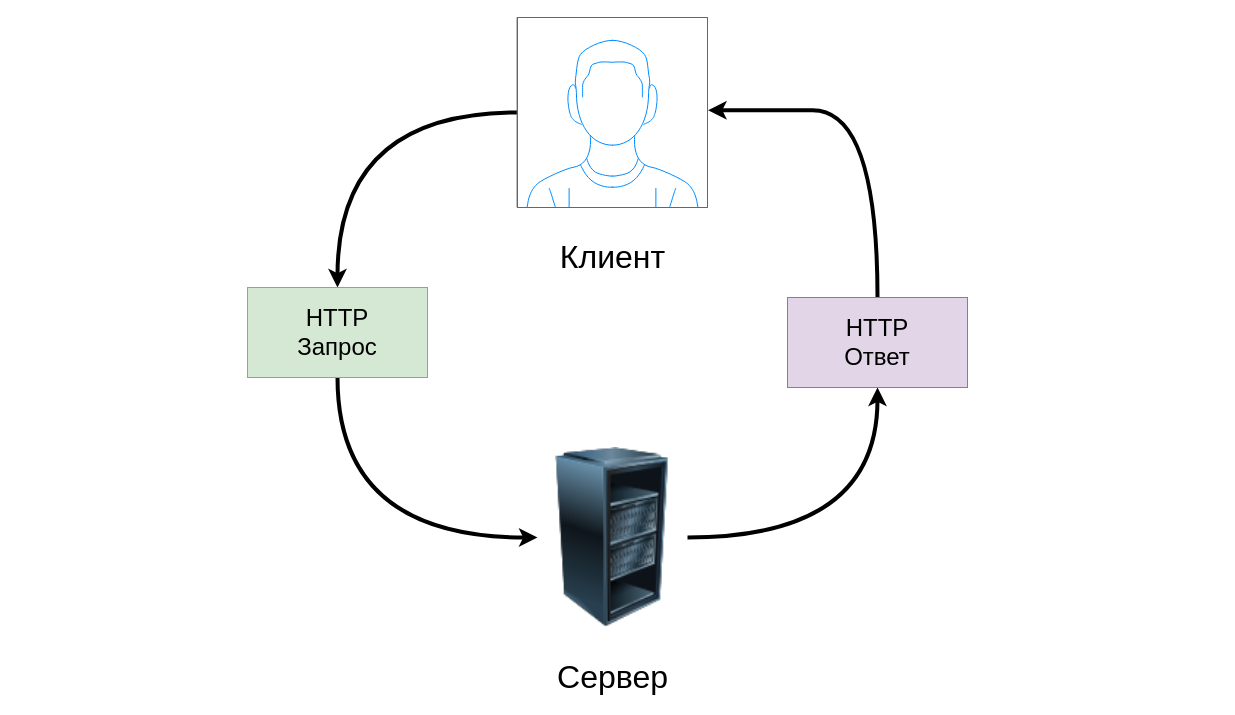
The draw.io diagram page "RESTAPI" (20 of 27) of Диаграмки.drawio in Infoboros/bachelors-degree, before the edit. Source tidied: cells renumbered, new cells numbered last; positions are measured from the earlier drawing's top-left corner, leaving out a move shared by most shapes. Both pictures are drawn from the tidied source at 100%, with x=0, y=0 at pixel (247, 17).
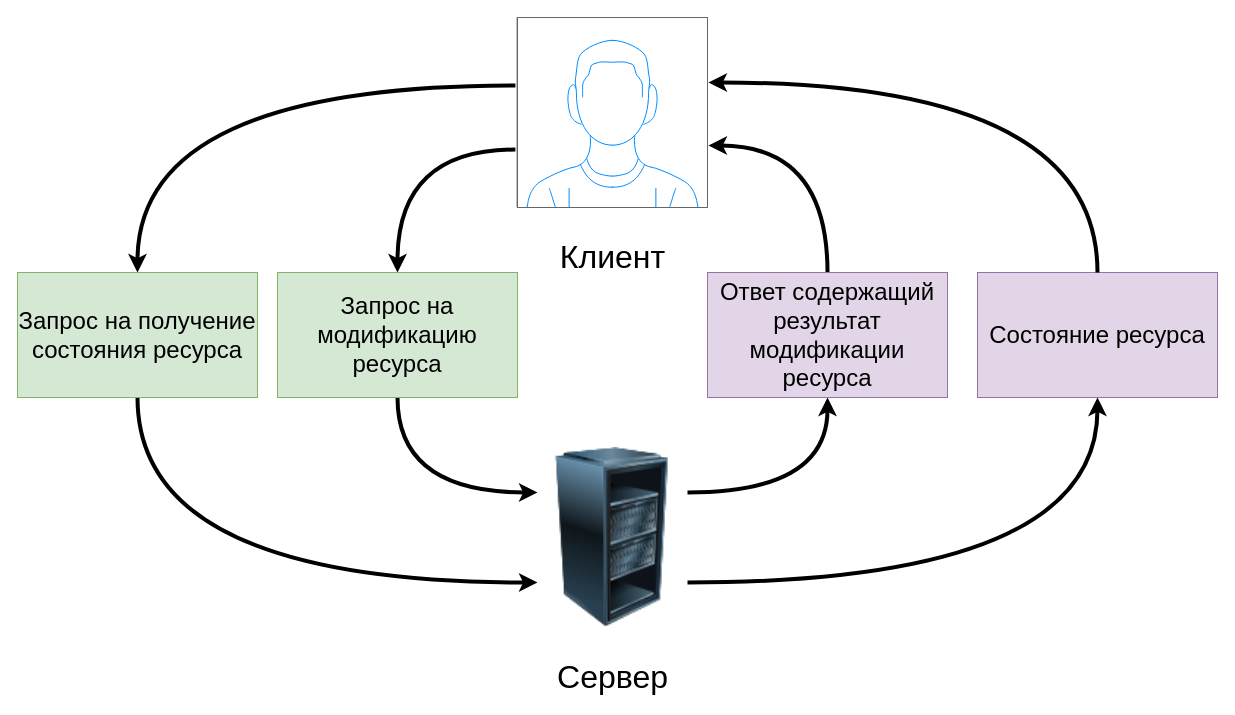
The same diagram, later.

Change to the diagram source:
```diff
@@
 <mxGraphModel>
   <root>
     <mxCell id="0" />
     <mxCell id="1" parent="0" />
-    <mxCell id="2" style="edgeStyle=orthogonalEdgeStyle;rounded=0;jettySize=auto;html=1;exitX=1;exitY=0.5;exitDx=0;exitDy=0;entryX=0.5;entryY=1;entryDx=0;entryDy=0;fontSize=24;strokeWidth=4;elbow=vertical;curved=1;" parent="1" edge="1" source="3" target="10">
+    <mxCell id="2" style="edgeStyle=orthogonalEdgeStyle;rounded=0;jettySize=auto;html=1;exitX=1;exitY=0.25;exitDx=0;exitDy=0;entryX=0.5;entryY=1;entryDx=0;entryDy=0;fontSize=24;strokeWidth=4;elbow=vertical;curved=1;" parent="1" edge="1" source="3" target="10">
       <mxGeometry relative="1" as="geometry" />
     </mxCell>
     <mxCell id="3" style="image;html=1;image=img/lib/clip_art/computers/Server_Rack_Partial_128x128.png;" parent="1" vertex="1">
       <mxGeometry x="290" y="430" width="150" height="180" as="geometry" />
     </mxCell>
-    <mxCell id="4" style="edgeStyle=orthogonalEdgeStyle;rounded=0;jettySize=auto;html=1;entryX=0.5;entryY=0;entryDx=0;entryDy=0;fontSize=24;strokeWidth=4;elbow=vertical;curved=1;" parent="1" edge="1" source="5" target="8">
-      <mxGeometry relative="1" as="geometry" />
+    <mxCell id="4" style="edgeStyle=orthogonalEdgeStyle;rounded=0;jettySize=auto;html=1;entryX=0.5;entryY=0;entryDx=0;entryDy=0;fontSize=24;strokeWidth=4;elbow=vertical;curved=1;exitX=-0.011;exitY=0.695;exitDx=0;exitDy=0;exitPerimeter=0;" parent="1" edge="1" source="5" target="8">
+      <mxGeometry relative="1" as="geometry">
+        <Array as="points">
+          <mxPoint x="150" y="132" />
+        </Array>
+      </mxGeometry>
     </mxCell>
     <mxCell id="5" style="verticalLabelPosition=bottom;shadow=0;dashed=0;align=center;html=1;verticalAlign=top;strokeWidth=1;shape=mxgraph.mockup.containers.userMale;strokeColor=#666666;strokeColor2=#008cff;fontSize=16;" parent="1" vertex="1">
       <mxGeometry x="270" width="190" height="190" as="geometry" />
     </mxCell>
     <mxCell id="6" value="Клиент" style="text;html=1;align=center;verticalAlign=middle;strokeColor=none;fillColor=none;fontSize=32;" parent="1" vertex="1">
       <mxGeometry x="300" y="220" width="130" height="40" as="geometry" />
     </mxCell>
-    <mxCell id="7" style="edgeStyle=orthogonalEdgeStyle;rounded=0;jettySize=auto;html=1;exitX=0.5;exitY=1;exitDx=0;exitDy=0;entryX=0;entryY=0.5;entryDx=0;entryDy=0;fontSize=24;strokeWidth=4;elbow=vertical;curved=1;" parent="1" edge="1" source="8" target="3">
+    <mxCell id="7" style="edgeStyle=orthogonalEdgeStyle;rounded=0;jettySize=auto;html=1;exitX=0.5;exitY=1;exitDx=0;exitDy=0;entryX=0;entryY=0.25;entryDx=0;entryDy=0;fontSize=24;strokeWidth=4;elbow=vertical;curved=1;" parent="1" edge="1" source="8" target="3">
       <mxGeometry relative="1" as="geometry" />
     </mxCell>
-    <mxCell id="8" value="&lt;font style=&quot;font-size: 24px&quot;&gt;HTTP&lt;br&gt;Запрос&lt;/font&gt;" style="rounded=0;whiteSpace=wrap;html=1;fillColor=#d5e8d4;strokeColor=#82b366;" parent="1" vertex="1">
-      <mxGeometry y="270" width="180" height="90" as="geometry" />
+    <mxCell id="8" value="&lt;font style=&quot;font-size: 24px&quot;&gt;Запрос на модификацию ресурса&lt;/font&gt;" style="rounded=0;whiteSpace=wrap;html=1;fillColor=#d5e8d4;strokeColor=#82b366;" parent="1" vertex="1">
+      <mxGeometry x="30" y="255" width="240" height="125" as="geometry" />
     </mxCell>
-    <mxCell id="9" style="edgeStyle=orthogonalEdgeStyle;rounded=0;jettySize=auto;html=1;exitX=0.5;exitY=0;exitDx=0;exitDy=0;entryX=1.003;entryY=0.488;entryDx=0;entryDy=0;entryPerimeter=0;fontSize=24;strokeWidth=4;elbow=vertical;curved=1;" parent="1" edge="1" source="10" target="5">
+    <mxCell id="9" style="edgeStyle=orthogonalEdgeStyle;rounded=0;jettySize=auto;html=1;exitX=0.5;exitY=0;exitDx=0;exitDy=0;entryX=1.005;entryY=0.674;entryDx=0;entryDy=0;entryPerimeter=0;fontSize=24;strokeWidth=4;elbow=vertical;curved=1;" parent="1" edge="1" source="10" target="5">
       <mxGeometry relative="1" as="geometry" />
     </mxCell>
-    <mxCell id="10" value="&lt;font style=&quot;font-size: 24px&quot;&gt;HTTP&lt;br&gt;Ответ&lt;/font&gt;" style="rounded=0;whiteSpace=wrap;html=1;fillColor=#e1d5e7;strokeColor=#9673a6;" parent="1" vertex="1">
-      <mxGeometry x="540" y="280" width="180" height="90" as="geometry" />
+    <mxCell id="10" value="&lt;span style=&quot;font-size: 24px&quot;&gt;Ответ содержащий результат модификации ресурса&lt;/span&gt;" style="rounded=0;whiteSpace=wrap;html=1;fillColor=#e1d5e7;strokeColor=#9673a6;" parent="1" vertex="1">
+      <mxGeometry x="460" y="255" width="240" height="125" as="geometry" />
     </mxCell>
     <mxCell id="11" value="Сервер" style="text;html=1;align=center;verticalAlign=middle;strokeColor=none;fillColor=none;fontSize=32;" parent="1" vertex="1">
       <mxGeometry x="300" y="640" width="130" height="40" as="geometry" />
     </mxCell>
+    <mxCell id="12" style="edgeStyle=orthogonalEdgeStyle;rounded=0;jettySize=auto;html=1;entryX=0.5;entryY=0;entryDx=0;entryDy=0;fontSize=24;strokeWidth=4;elbow=vertical;curved=1;exitX=-0.011;exitY=0.358;exitDx=0;exitDy=0;exitPerimeter=0;" parent="1" edge="1" source="5" target="15">
+      <mxGeometry relative="1" as="geometry" />
+    </mxCell>
+    <mxCell id="13" style="edgeStyle=orthogonalEdgeStyle;rounded=0;jettySize=auto;html=1;exitX=0.5;exitY=1;exitDx=0;exitDy=0;entryX=0;entryY=0.75;entryDx=0;entryDy=0;fontSize=24;strokeWidth=4;elbow=vertical;curved=1;" parent="1" edge="1" source="15" target="3">
+      <mxGeometry relative="1" as="geometry" />
+    </mxCell>
+    <mxCell id="14" value="&lt;span style=&quot;font-size: 24px&quot;&gt;Состояние ресурса&lt;/span&gt;" style="rounded=0;whiteSpace=wrap;html=1;fillColor=#e1d5e7;strokeColor=#9673a6;" parent="1" vertex="1">
+      <mxGeometry x="730" y="255" width="240" height="125" as="geometry" />
+    </mxCell>
+    <mxCell id="15" value="&lt;font style=&quot;font-size: 24px&quot;&gt;Запрос на получение состояния ресурса&lt;/font&gt;" style="rounded=0;whiteSpace=wrap;html=1;fillColor=#d5e8d4;strokeColor=#82b366;" parent="1" vertex="1">
+      <mxGeometry x="-230" y="255" width="240" height="125" as="geometry" />
+    </mxCell>
+    <mxCell id="16" style="edgeStyle=orthogonalEdgeStyle;rounded=0;jettySize=auto;html=1;exitX=1;exitY=0.75;exitDx=0;exitDy=0;entryX=0.5;entryY=1;entryDx=0;entryDy=0;fontSize=24;strokeWidth=4;elbow=vertical;curved=1;" parent="1" edge="1" source="3" target="14">
+      <mxGeometry relative="1" as="geometry" />
+    </mxCell>
+    <mxCell id="17" style="edgeStyle=orthogonalEdgeStyle;rounded=0;jettySize=auto;html=1;exitX=0.5;exitY=0;exitDx=0;exitDy=0;entryX=1.005;entryY=0.342;entryDx=0;entryDy=0;entryPerimeter=0;fontSize=24;strokeWidth=4;elbow=vertical;curved=1;" parent="1" edge="1" source="14" target="5">
+      <mxGeometry relative="1" as="geometry" />
+    </mxCell>
   </root>
 </mxGraphModel>
```
